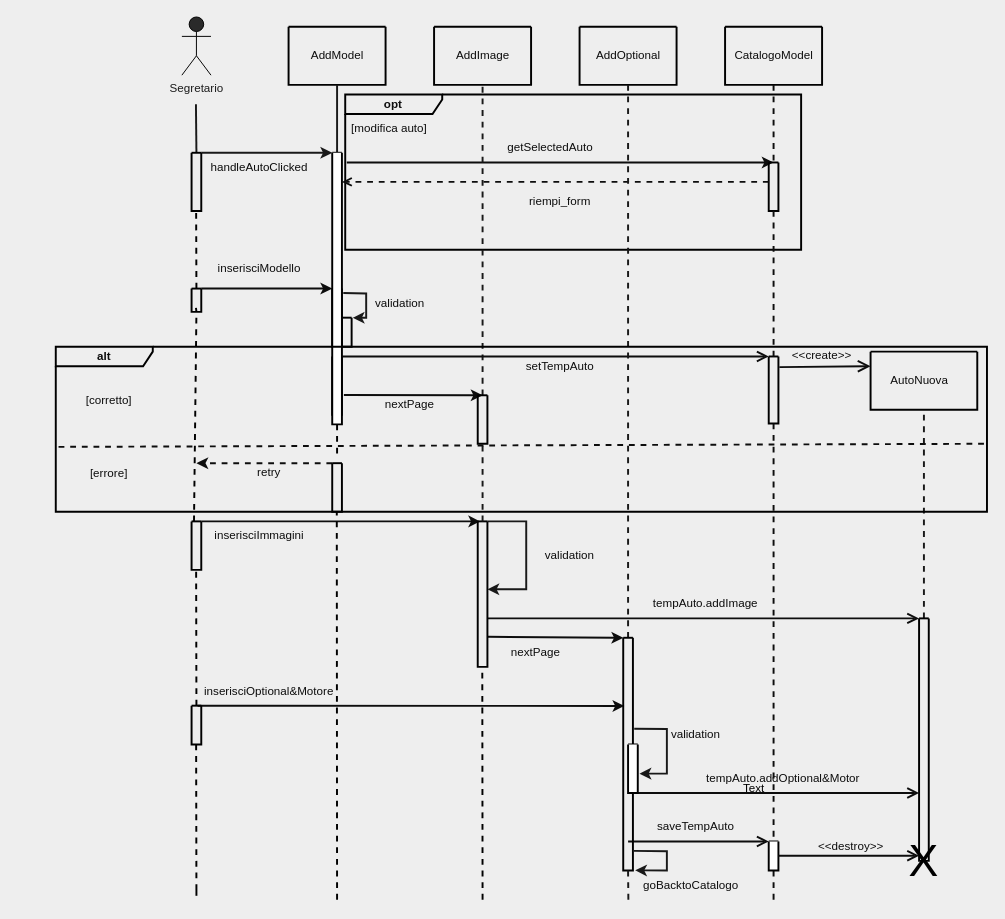
This is doc/AddAutoSeq.drawio from 446f6e6e79/ConfiguratoreAuto, a draw.io file, before an edit. Source tidied: cells renumbered, new cells numbered last; positions are measured from the earlier drawing's top-left corner, leaving out a move shared by most shapes. Both pictures are drawn from the tidied source at 97%, with x=0, y=0 at pixel (16, 16).
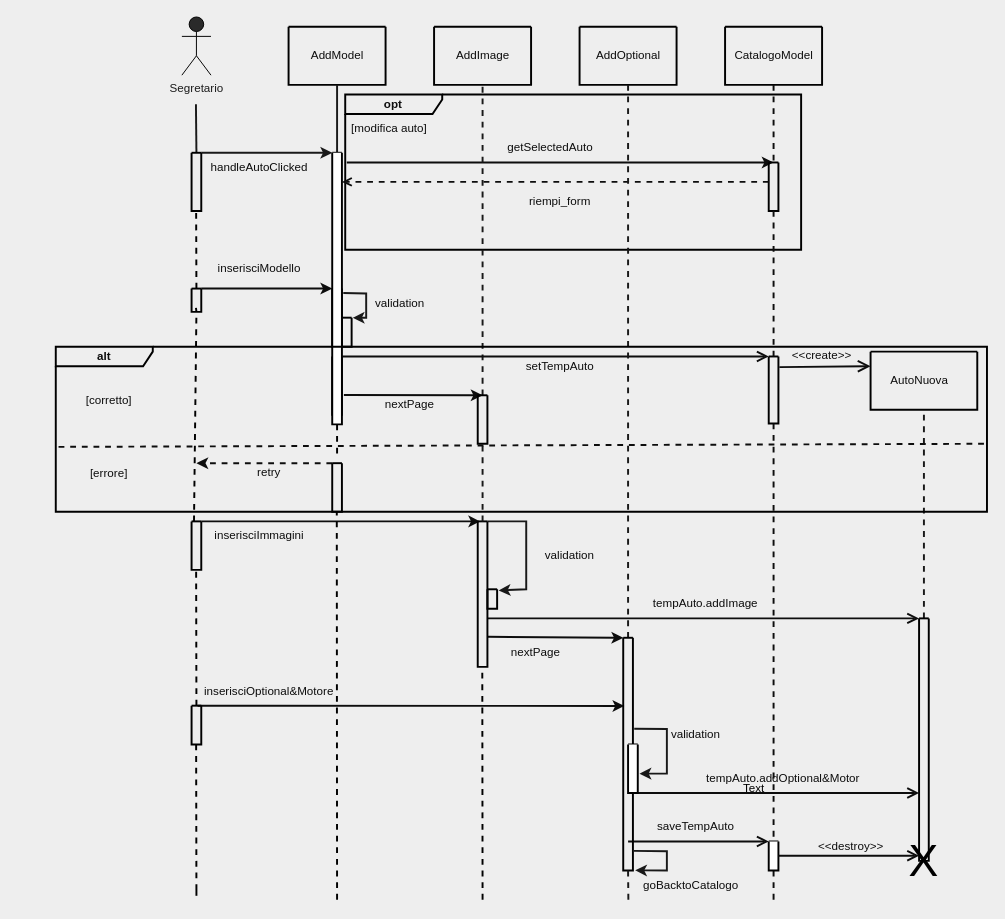
After the change.

The edit, as a diff of the source:
```diff
@@
-    <mxCell id="39" style="endArrow=classic;html=1;rounded=0;strokeColor=#191919;strokeWidth=2;fontColor=#0D0D0D;" parent="1" edge="1">
+    <mxCell id="39" style="endArrow=classic;html=1;rounded=0;strokeColor=#191919;strokeWidth=2;fontColor=#0D0D0D;entryX=1.163;entryY=0.06;entryDx=0;entryDy=0;entryPerimeter=0;" parent="1" edge="1" target="99">
       <mxGeometry relative="1" as="geometry">
         <mxPoint x="485" y="520" as="sourcePoint" />
-        <mxPoint x="485" y="590" as="targetPoint" />
         <Array as="points">
           <mxPoint x="525" y="520" />
           <mxPoint x="525" y="590" />
         </Array>
       </mxGeometry>
     </mxCell>
@@
+    <mxCell id="99" style="swimlane;startSize=0;labelBackgroundColor=none;strokeColor=#000000;strokeWidth=2;fontColor=#0D0D0D;fillColor=#2A2A2A;" parent="1" vertex="1">
+      <mxGeometry x="485" y="590" width="10" height="20" as="geometry" />
+    </mxCell>
```
